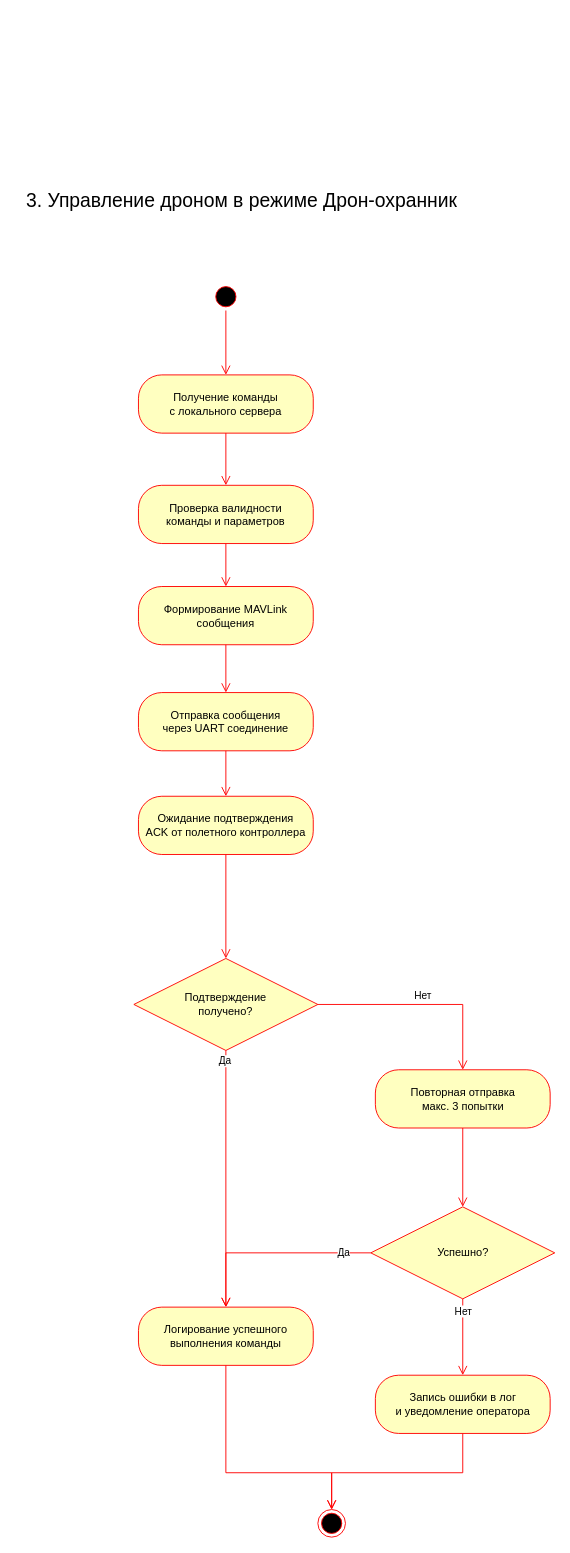
zimkov/system-engineering-playbook keeps this draw.io diagram as src/diagrams/uml-activity/activity3.drawio. Above is the earlier version. Source tidied: cells renumbered, new cells numbered last; positions are measured from the earlier drawing's top-left corner, leaving out a move shared by most shapes. Both pictures are drawn from the tidied source at 92%, with x=0, y=0 at pixel (16, 181).
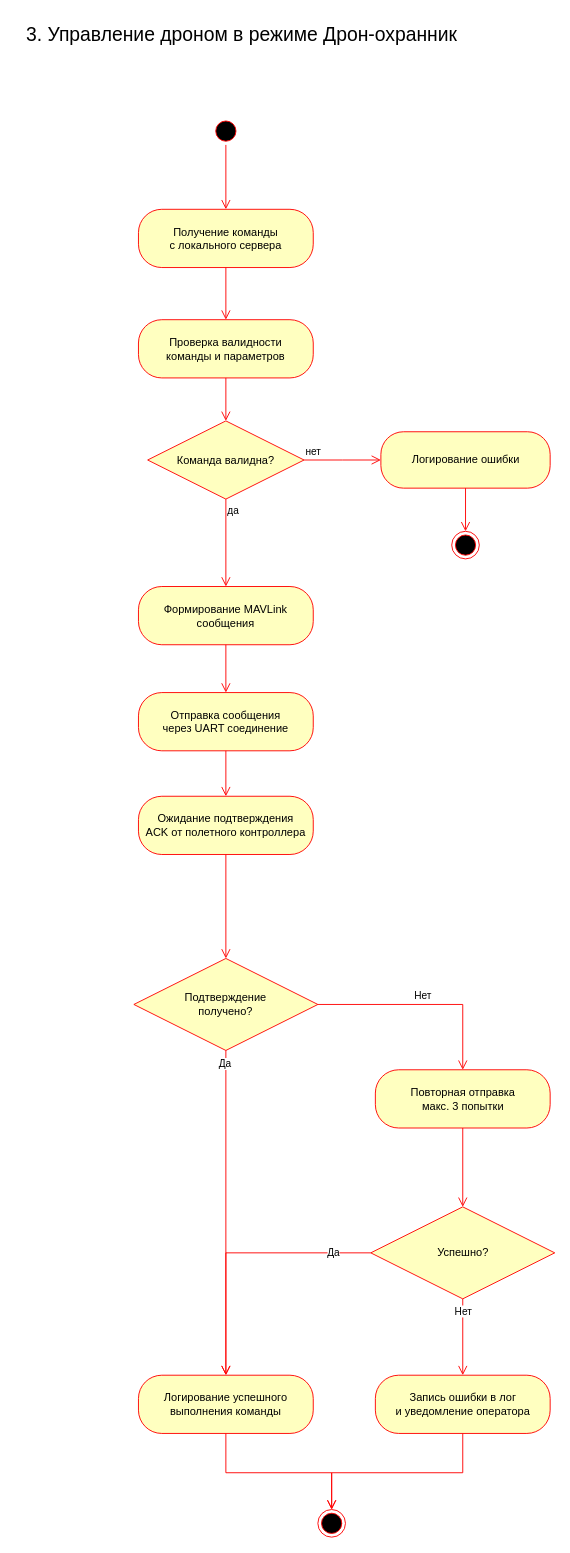
The same diagram, later.

The change refers to these unchanged cells:
```xml
<mxCell id="8" value="&lt;font style=&quot;color: rgb(0, 0, 0);&quot;&gt;Формирование MAVLink&lt;br style=&quot;padding: 0px; margin: 0px;&quot;&gt;сообщения&lt;/font&gt;" style="rounded=1;whiteSpace=wrap;html=1;arcSize=40;fontColor=#000000;fillColor=#ffffc0;strokeColor=#ff0000;" parent="1" vertex="1">
  <mxGeometry x="133" y="440" width="190" height="63.3" as="geometry" />
</mxCell>
```

Change to the diagram source:
```diff
@@
     <mxCell id="2" value="&lt;div&gt;3. Управление дроном в режиме Дрон-охранник&lt;/div&gt;" style="text;html=1;align=center;verticalAlign=middle;strokeColor=none;fillColor=none;fontSize=21;" parent="1" vertex="1">
-      <mxGeometry width="490" height="40" as="geometry" />
+      <mxGeometry y="-180" width="490" height="40" as="geometry" />
     </mxCell>
     <mxCell id="3" style="ellipse;html=1;shape=startState;fillColor=#000000;strokeColor=#ff0000;" parent="1" vertex="1">
-      <mxGeometry x="213" y="110" width="30" height="30" as="geometry" />
+      <mxGeometry x="213" y="-70" width="30" height="30" as="geometry" />
     </mxCell>
@@
     <mxCell id="5" value="&lt;font style=&quot;color: rgb(0, 0, 0);&quot;&gt;Получение команды&lt;br style=&quot;padding: 0px; margin: 0px;&quot;&gt;с локального сервера&lt;/font&gt;" style="rounded=1;whiteSpace=wrap;html=1;arcSize=40;fontColor=#000000;fillColor=#ffffc0;strokeColor=#ff0000;" parent="1" vertex="1">
-      <mxGeometry x="133" y="210" width="190" height="63.3" as="geometry" />
+      <mxGeometry x="133" y="30" width="190" height="63.3" as="geometry" />
     </mxCell>
     <mxCell id="6" value="&lt;font style=&quot;color: rgb(0, 0, 0);&quot;&gt;Проверка валидности&lt;br style=&quot;padding: 0px; margin: 0px;&quot;&gt;команды и параметров&lt;/font&gt;" style="rounded=1;whiteSpace=wrap;html=1;arcSize=40;fontColor=#000000;fillColor=#ffffc0;strokeColor=#ff0000;" parent="1" vertex="1">
-      <mxGeometry x="133" y="330" width="190" height="63.3" as="geometry" />
+      <mxGeometry x="133" y="150" width="190" height="63.3" as="geometry" />
     </mxCell>
-    <mxCell id="7" style="edgeStyle=orthogonalEdgeStyle;html=1;verticalAlign=bottom;endArrow=open;endSize=8;strokeColor=#ff0000;rounded=0;exitX=0.5;exitY=1;exitDx=0;exitDy=0;entryX=0.5;entryY=0;entryDx=0;entryDy=0;" parent="1" edge="1" source="6" target="8">
+    <mxCell id="7" style="edgeStyle=orthogonalEdgeStyle;html=1;verticalAlign=bottom;endArrow=open;endSize=8;strokeColor=#ff0000;rounded=0;exitX=0.5;exitY=1;exitDx=0;exitDy=0;" parent="1" edge="1" source="6" target="31">
       <mxGeometry relative="1" as="geometry" />
     </mxCell>
@@
     <mxCell id="16" value="&lt;font style=&quot;color: rgb(0, 0, 0);&quot;&gt;Логирование успешного&lt;br style=&quot;padding: 0px; margin: 0px;&quot;&gt;выполнения команды&lt;/font&gt;" style="rounded=1;whiteSpace=wrap;html=1;arcSize=40;fontColor=#000000;fillColor=#ffffc0;strokeColor=#ff0000;" parent="1" vertex="1">
-      <mxGeometry x="133" y="1223.3" width="190" height="63.3" as="geometry" />
+      <mxGeometry x="133" y="1297.3" width="190" height="63.3" as="geometry" />
     </mxCell>
@@
+    <mxCell id="31" value="Команда валидна?" style="rhombus;whiteSpace=wrap;html=1;fontColor=#000000;fillColor=#ffffc0;strokeColor=#ff0000;" parent="1" vertex="1">
+      <mxGeometry x="143" y="260" width="170" height="85" as="geometry" />
+    </mxCell>
+    <mxCell id="32" value="нет" style="edgeStyle=orthogonalEdgeStyle;html=1;align=left;verticalAlign=bottom;endArrow=open;endSize=8;strokeColor=#ff0000;rounded=0;" parent="1" edge="1" source="31" target="34">
+      <mxGeometry x="-1" relative="1" as="geometry" />
+    </mxCell>
+    <mxCell id="33" value="да" style="edgeStyle=orthogonalEdgeStyle;html=1;align=left;verticalAlign=top;endArrow=open;endSize=8;strokeColor=#ff0000;rounded=0;" parent="1" edge="1" source="31" target="8">
+      <mxGeometry x="-1" relative="1" as="geometry" />
+    </mxCell>
+    <mxCell id="34" value="Логирование ошибки" style="rounded=1;whiteSpace=wrap;html=1;arcSize=40;fontColor=#000000;fillColor=#ffffc0;strokeColor=#ff0000;" parent="1" vertex="1">
+      <mxGeometry x="396.5" y="271.8" width="184" height="61.3" as="geometry" />
+    </mxCell>
+    <mxCell id="35" style="edgeStyle=orthogonalEdgeStyle;html=1;verticalAlign=bottom;endArrow=open;endSize=8;strokeColor=#ff0000;rounded=0;" parent="1" edge="1" source="34" target="36">
+      <mxGeometry relative="1" as="geometry" />
+    </mxCell>
+    <mxCell id="36" style="ellipse;html=1;shape=endState;fillColor=#000000;strokeColor=#ff0000;" parent="1" vertex="1">
+      <mxGeometry x="473.5" y="380" width="30" height="30" as="geometry" />
+    </mxCell>
```
